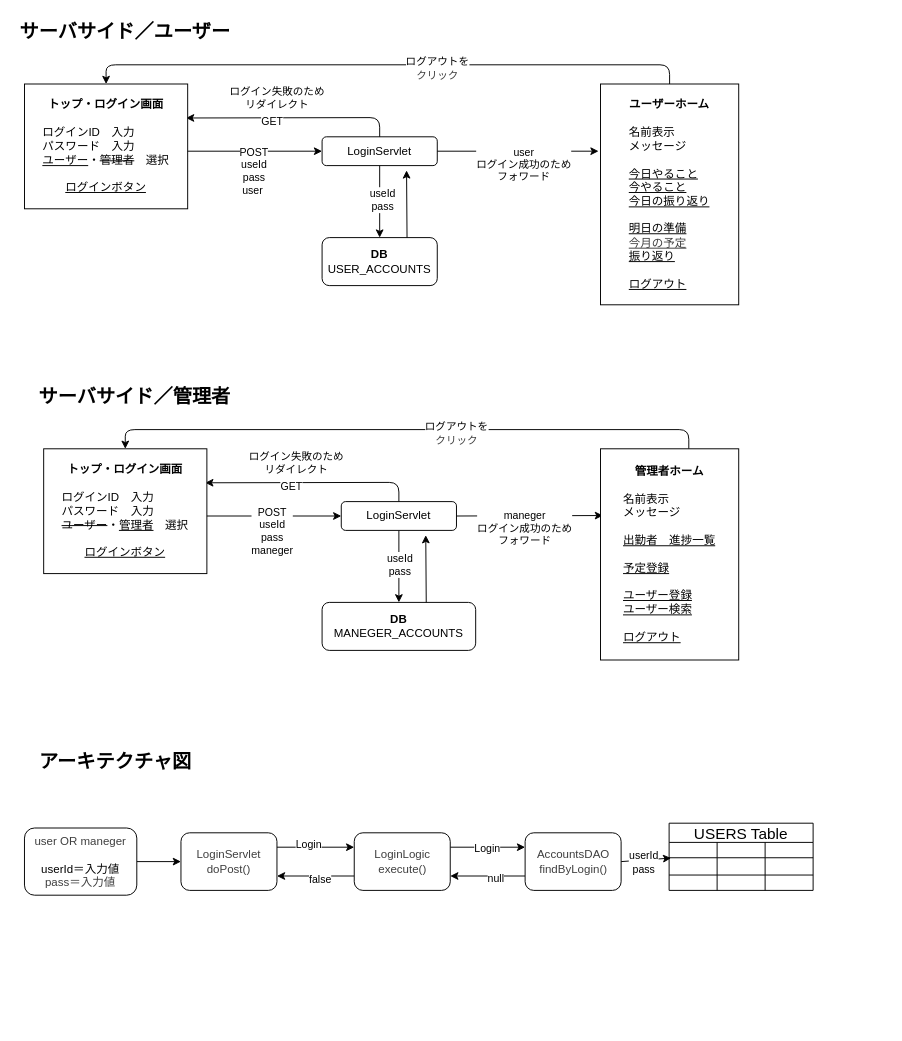
Above: page "ログイン" (4 of 7) of 遷移図/Whole.drawio in ooese/FocusStep (draw.io), before the change. Source tidied: cells renumbered, new cells numbered last; positions are measured from the earlier drawing's top-left corner, leaving out a move shared by most shapes. Both pictures are drawn from the tidied source at 96%, with x=0, y=0 at pixel (16, 16).
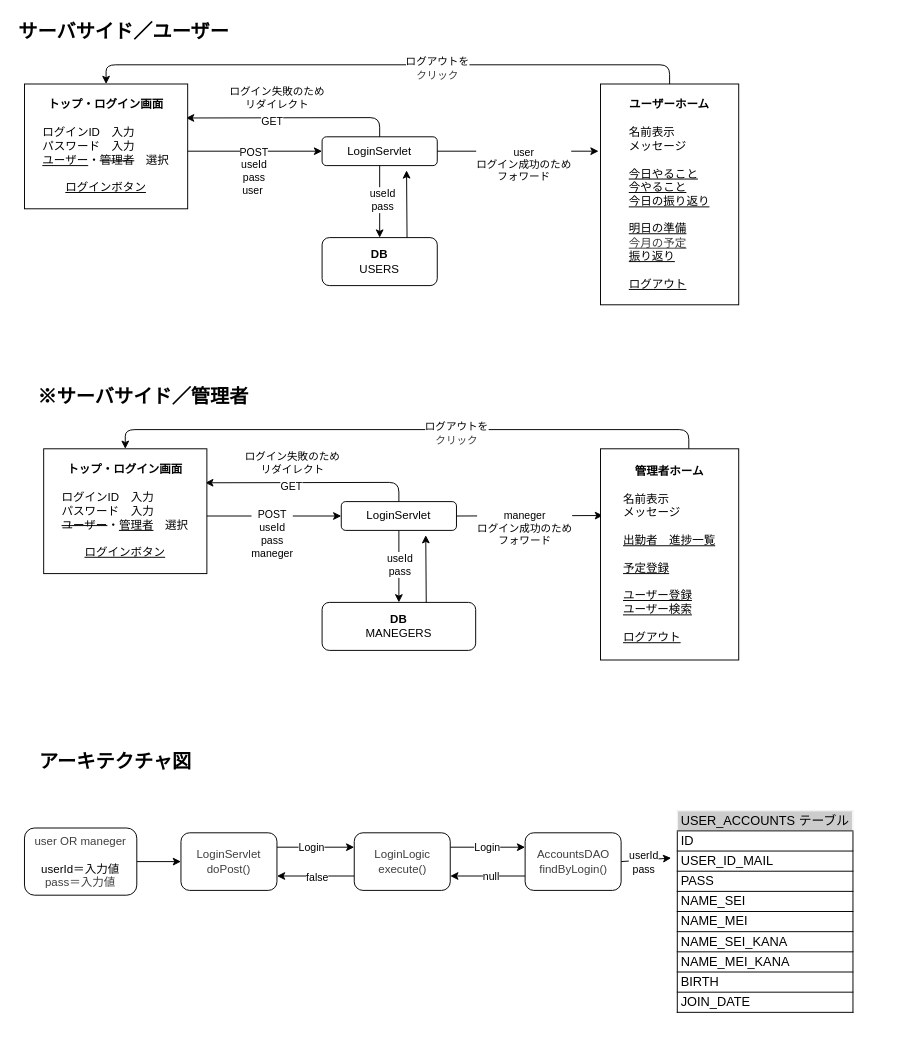
After the change.

Unchanged cells that the change refers to:
```xml
<mxCell id="18" style="edgeStyle=none;html=1;exitX=1;exitY=0.25;exitDx=0;exitDy=0;entryX=0;entryY=0.25;entryDx=0;entryDy=0;" parent="1" edge="1" source="20" target="29">
  <mxGeometry relative="1" as="geometry" />
</mxCell>
<mxCell id="25" style="edgeStyle=none;html=1;exitX=0;exitY=0.75;exitDx=0;exitDy=0;entryX=1;entryY=0.75;entryDx=0;entryDy=0;" parent="1" edge="1" source="29" target="20">
  <mxGeometry relative="1" as="geometry" />
</mxCell>
<mxCell id="27" style="edgeStyle=none;html=1;exitX=1;exitY=0.25;exitDx=0;exitDy=0;entryX=0;entryY=0.25;entryDx=0;entryDy=0;" parent="1" edge="1" source="29" target="34">
  <mxGeometry relative="1" as="geometry" />
</mxCell>
<mxCell id="30" style="edgeStyle=none;html=1;exitX=0;exitY=0.75;exitDx=0;exitDy=0;entryX=1;entryY=0.75;entryDx=0;entryDy=0;" parent="1" edge="1" source="34" target="29">
  <mxGeometry relative="1" as="geometry" />
</mxCell>
<mxCell id="34" value="&lt;div style=&quot;color: rgb(63, 63, 63); scrollbar-color: rgb(226, 226, 226) rgb(251, 251, 251);&quot;&gt;AccountsDAO&lt;/div&gt;&lt;div style=&quot;color: rgb(63, 63, 63); scrollbar-color: rgb(226, 226, 226) rgb(251, 251, 251);&quot;&gt;findByLogin()&lt;/div&gt;" style="rounded=1;whiteSpace=wrap;html=1;" parent="1" vertex="1">
  <mxGeometry x="529.5" y="850" width="100" height="60" as="geometry" />
</mxCell>
<mxCell id="54" style="endArrow=classic;html=1;exitX=1;exitY=0.5;exitDx=0;exitDy=0;entryX=0;entryY=0.5;entryDx=0;entryDy=0;" parent="1" edge="1" target="51">
  <mxGeometry relative="1" as="geometry">
    <mxPoint x="195.5" y="520" as="sourcePoint" />
  </mxGeometry>
</mxCell>
```

What changed in the source:
```diff
@@
-    <mxCell id="16" value="&lt;b&gt;DB&lt;/b&gt;&lt;div&gt;USER_ACCOUNTS&lt;/div&gt;" style="rounded=1;whiteSpace=wrap;html=1;" parent="1" vertex="1">
+    <mxCell id="16" value="&lt;b&gt;DB&lt;/b&gt;&lt;div&gt;USERS&lt;/div&gt;" style="rounded=1;whiteSpace=wrap;html=1;" parent="1" vertex="1">
       <mxGeometry x="318" y="230" width="120" height="50" as="geometry" />
     </mxCell>
@@
     <mxCell id="19" value="Login" style="edgeLabel;html=1;align=center;verticalAlign=middle;" parent="18" vertex="1">
       <mxGeometry x="-0.17" y="4" relative="1" as="geometry">
-        <mxPoint x="-1" as="offset" />
+        <mxPoint x="2" y="3" as="offset" />
       </mxGeometry>
     </mxCell>
@@
-    <mxCell id="21" value="サーバサイド／ユーザー" style="text;html=1;align=center;verticalAlign=middle;whiteSpace=wrap;rounded=0;fontSize=20;fontStyle=1;" parent="1" vertex="1">
+    <mxCell id="21" value="サーバサイド／ユーザー" style="text;html=1;align=left;verticalAlign=middle;whiteSpace=wrap;rounded=0;fontSize=20;fontStyle=1;" parent="1" vertex="1">
       <mxGeometry width="226" height="30" as="geometry" />
     </mxCell>
@@
     <mxCell id="26" value="false" style="edgeLabel;html=1;align=center;verticalAlign=middle;" parent="25" vertex="1">
-      <mxGeometry x="-0.11" y="3" relative="1" as="geometry" />
+      <mxGeometry x="-0.11" y="3" relative="1" as="geometry">
+        <mxPoint x="-3" y="-2" as="offset" />
+      </mxGeometry>
     </mxCell>
@@
     <mxCell id="28" value="Login" style="edgeLabel;html=1;align=center;verticalAlign=middle;" parent="27" vertex="1">
-      <mxGeometry x="-0.02" y="-1" relative="1" as="geometry" />
+      <mxGeometry x="-0.02" y="-1" relative="1" as="geometry">
+        <mxPoint y="-2" as="offset" />
+      </mxGeometry>
     </mxCell>
@@
     <mxCell id="31" value="null" style="edgeLabel;html=1;align=center;verticalAlign=middle;" parent="30" vertex="1">
       <mxGeometry x="-0.22" y="2" relative="1" as="geometry">
-        <mxPoint x="-1" as="offset" />
+        <mxPoint x="-6" y="-2" as="offset" />
       </mxGeometry>
     </mxCell>
-    <mxCell id="32" style="edgeStyle=none;html=1;exitX=1;exitY=0.5;exitDx=0;exitDy=0;entryX=0.014;entryY=0.017;entryDx=0;entryDy=0;entryPerimeter=0;" parent="1" edge="1" source="34" target="40">
-      <mxGeometry relative="1" as="geometry" />
+    <mxCell id="32" style="edgeStyle=none;html=1;exitX=1;exitY=0.5;exitDx=0;exitDy=0;entryX=0.014;entryY=0.017;entryDx=0;entryDy=0;entryPerimeter=0;" parent="1" edge="1" source="34">
+      <mxGeometry relative="1" as="geometry">
+        <mxPoint x="681.6" y="876.3" as="targetPoint" />
+      </mxGeometry>
     </mxCell>
@@
-    <mxCell id="35" value="USERS Table" style="shape=table;startSize=20;childLayout=tableLayout;strokeColor=default;fontSize=16;" parent="1" vertex="1">
-      <mxGeometry x="679.5" y="840" width="150" height="70" as="geometry" />
-    </mxCell>
-    <mxCell id="36" style="shape=tableRow;horizontal=0;startSize=0;swimlaneHead=0;swimlaneBody=0;strokeColor=inherit;top=0;left=0;bottom=0;right=0;fillColor=none;fontSize=16;" parent="35" vertex="1">
-      <mxGeometry y="20" width="150" height="16" as="geometry" />
-    </mxCell>
-    <mxCell id="37" style="shape=partialRectangle;html=1;whiteSpace=wrap;strokeColor=inherit;overflow=hidden;fillColor=none;top=0;left=0;bottom=0;right=0;fontSize=16;" parent="36" vertex="1">
-      <mxGeometry width="50" height="16" as="geometry" />
-    </mxCell>
-    <mxCell id="38" style="shape=partialRectangle;html=1;whiteSpace=wrap;strokeColor=inherit;overflow=hidden;fillColor=none;top=0;left=0;bottom=0;right=0;fontSize=16;" parent="36" vertex="1">
-      <mxGeometry x="50" width="50" height="16" as="geometry" />
-    </mxCell>
-    <mxCell id="39" style="shape=partialRectangle;html=1;whiteSpace=wrap;strokeColor=inherit;overflow=hidden;fillColor=none;top=0;left=0;bottom=0;right=0;fontSize=16;" parent="36" vertex="1">
-      <mxGeometry x="100" width="50" height="16" as="geometry" />
-    </mxCell>
-    <mxCell id="40" style="shape=tableRow;horizontal=0;startSize=0;swimlaneHead=0;swimlaneBody=0;strokeColor=inherit;top=0;left=0;bottom=0;right=0;fillColor=none;points=[[0,0.5],[1,0.5]];portConstraint=eastwest;fontSize=16;" parent="35" vertex="1">
-      <mxGeometry y="36" width="150" height="18" as="geometry" />
-    </mxCell>
-    <mxCell id="41" style="shape=partialRectangle;html=1;whiteSpace=wrap;strokeColor=inherit;overflow=hidden;fillColor=none;top=0;left=0;bottom=0;right=0;fontSize=16;" parent="40" vertex="1">
-      <mxGeometry width="50" height="18" as="geometry" />
-    </mxCell>
-    <mxCell id="42" style="shape=partialRectangle;html=1;whiteSpace=wrap;strokeColor=inherit;overflow=hidden;fillColor=none;top=0;left=0;bottom=0;right=0;fontSize=16;" parent="40" vertex="1">
-      <mxGeometry x="50" width="50" height="18" as="geometry" />
-    </mxCell>
-    <mxCell id="43" style="shape=partialRectangle;html=1;whiteSpace=wrap;strokeColor=inherit;overflow=hidden;fillColor=none;top=0;left=0;bottom=0;right=0;fontSize=16;" parent="40" vertex="1">
-      <mxGeometry x="100" width="50" height="18" as="geometry" />
-    </mxCell>
-    <mxCell id="44" style="shape=tableRow;horizontal=0;startSize=0;swimlaneHead=0;swimlaneBody=0;strokeColor=inherit;top=0;left=0;bottom=0;right=0;fillColor=none;fontSize=16;" parent="35" vertex="1">
-      <mxGeometry y="54" width="150" height="16" as="geometry" />
-    </mxCell>
-    <mxCell id="45" style="shape=partialRectangle;html=1;whiteSpace=wrap;strokeColor=inherit;overflow=hidden;fillColor=none;top=0;left=0;bottom=0;right=0;fontSize=16;" parent="44" vertex="1">
-      <mxGeometry width="50" height="16" as="geometry" />
-    </mxCell>
-    <mxCell id="46" style="shape=partialRectangle;html=1;whiteSpace=wrap;strokeColor=inherit;overflow=hidden;fillColor=none;top=0;left=0;bottom=0;right=0;fontSize=16;" parent="44" vertex="1">
-      <mxGeometry x="50" width="50" height="16" as="geometry" />
-    </mxCell>
-    <mxCell id="47" style="shape=partialRectangle;html=1;whiteSpace=wrap;strokeColor=inherit;overflow=hidden;fillColor=none;top=0;left=0;bottom=0;right=0;fontSize=16;" parent="44" vertex="1">
-      <mxGeometry x="100" width="50" height="16" as="geometry" />
-    </mxCell>
@@
     <mxCell id="55" value="POST&lt;div&gt;useId&lt;/div&gt;&lt;div&gt;pass&lt;/div&gt;&lt;div&gt;maneger&lt;/div&gt;" style="edgeLabel;html=1;align=center;verticalAlign=middle;" parent="54" vertex="1">
       <mxGeometry relative="1" as="geometry">
-        <mxPoint x="-1" y="15" as="offset" />
+        <mxPoint x="-1" y="18" as="offset" />
       </mxGeometry>
     </mxCell>
@@
     <mxCell id="59" value="ログイン失敗のため&lt;div&gt;リダイレクト&lt;/div&gt;" style="edgeLabel;html=1;align=center;verticalAlign=middle;" parent="1" vertex="1">
-      <mxGeometry x="398" y="515" as="geometry">
+      <mxGeometry x="394" y="515" as="geometry">
         <mxPoint x="-108" y="-51" as="offset" />
       </mxGeometry>
     </mxCell>
@@
-    <mxCell id="62" value="&lt;div&gt;&lt;font&gt;&lt;b&gt;DB&lt;/b&gt;&lt;/font&gt;&lt;/div&gt;&lt;div&gt;&lt;font&gt;MANEGER_ACCOUNTS&lt;/font&gt;&lt;/div&gt;" style="rounded=1;whiteSpace=wrap;html=1;" parent="1" vertex="1">
+    <mxCell id="62" value="&lt;div&gt;&lt;font&gt;&lt;b&gt;DB&lt;/b&gt;&lt;/font&gt;&lt;/div&gt;&lt;div&gt;&lt;font&gt;MANEGERS&lt;/font&gt;&lt;/div&gt;" style="rounded=1;whiteSpace=wrap;html=1;" parent="1" vertex="1">
       <mxGeometry x="318" y="610" width="160" height="50" as="geometry" />
     </mxCell>
@@
-    <mxCell id="64" value="サーバサイド／管理者" style="text;html=1;align=center;verticalAlign=middle;whiteSpace=wrap;rounded=0;fontSize=20;fontStyle=1;" parent="1" vertex="1">
-      <mxGeometry x="20" y="380" width="206" height="30" as="geometry" />
+    <mxCell id="64" value="※サーバサイド／管理者" style="text;html=1;align=left;verticalAlign=middle;whiteSpace=wrap;rounded=0;fontSize=20;fontStyle=1;" parent="1" vertex="1">
+      <mxGeometry x="20" y="380" width="236" height="30" as="geometry" />
     </mxCell>
+    <mxCell id="65" value="&lt;table xmlns=&quot;http://www.w3.org/1999/xhtml&quot; cellspacing=&quot;0&quot; cellpadding=&quot;0&quot; dir=&quot;ltr&quot; border=&quot;1&quot; style=&quot;table-layout:fixed;font-size:10pt;font-family:Arial;width:0px;border-collapse:collapse;border:none&quot;&gt;&lt;colgroup&gt;&lt;col width=&quot;183&quot;&gt;&lt;/colgroup&gt;&lt;tbody&gt;&lt;tr style=&quot;height:21px;&quot;&gt;&lt;td style=&quot;border-bottom:1px solid #000000;overflow:hidden;padding:2px 3px 2px 3px;vertical-align:bottom;background-color:#cccccc;&quot;&gt;USER_ACCOUNTS テーブル&lt;/td&gt;&lt;/tr&gt;&lt;tr style=&quot;height:21px;&quot;&gt;&lt;td style=&quot;border-right:1px solid #000000;border-bottom:1px solid #000000;border-left:1px solid #000000;overflow:hidden;padding:2px 3px 2px 3px;vertical-align:bottom;&quot;&gt;ID&lt;/td&gt;&lt;/tr&gt;&lt;tr style=&quot;height:21px;&quot;&gt;&lt;td style=&quot;border-right:1px solid #000000;border-bottom:1px solid #000000;border-left:1px solid #000000;overflow:hidden;padding:2px 3px 2px 3px;vertical-align:bottom;&quot;&gt;USER_ID_MAIL&lt;/td&gt;&lt;/tr&gt;&lt;tr style=&quot;height:21px;&quot;&gt;&lt;td style=&quot;border-right:1px solid #000000;border-bottom:1px solid #000000;border-left:1px solid #000000;overflow:hidden;padding:2px 3px 2px 3px;vertical-align:bottom;&quot;&gt;PASS&lt;/td&gt;&lt;/tr&gt;&lt;tr style=&quot;height:21px;&quot;&gt;&lt;td style=&quot;border-right:1px solid #000000;border-bottom:1px solid #000000;border-left:1px solid #000000;overflow:hidden;padding:2px 3px 2px 3px;vertical-align:bottom;&quot;&gt;NAME_SEI&lt;/td&gt;&lt;/tr&gt;&lt;tr style=&quot;height:21px;&quot;&gt;&lt;td style=&quot;border-right:1px solid #000000;border-bottom:1px solid #000000;border-left:1px solid #000000;overflow:hidden;padding:2px 3px 2px 3px;vertical-align:bottom;&quot;&gt;NAME_MEI&lt;/td&gt;&lt;/tr&gt;&lt;tr style=&quot;height:21px;&quot;&gt;&lt;td style=&quot;border-right:1px solid #000000;border-bottom:1px solid #000000;border-left:1px solid #000000;overflow:hidden;padding:2px 3px 2px 3px;vertical-align:bottom;&quot;&gt;NAME_SEI_KANA&lt;/td&gt;&lt;/tr&gt;&lt;tr style=&quot;height:21px;&quot;&gt;&lt;td style=&quot;border-right:1px solid #000000;border-bottom:1px solid #000000;border-left:1px solid #000000;overflow:hidden;padding:2px 3px 2px 3px;vertical-align:bottom;&quot;&gt;NAME_MEI_KANA&lt;/td&gt;&lt;/tr&gt;&lt;tr style=&quot;height:21px;&quot;&gt;&lt;td style=&quot;border-right:1px solid #000000;border-bottom:1px solid #000000;border-left:1px solid #000000;overflow:hidden;padding:2px 3px 2px 3px;vertical-align:bottom;&quot;&gt;BIRTH&lt;/td&gt;&lt;/tr&gt;&lt;tr style=&quot;height:21px;&quot;&gt;&lt;td style=&quot;border-right:1px solid #000000;border-bottom:1px solid #000000;border-left:1px solid #000000;overflow:hidden;padding:2px 3px 2px 3px;vertical-align:bottom;&quot;&gt;JOIN_DATE&lt;/td&gt;&lt;/tr&gt;&lt;/tbody&gt;&lt;/table&gt;" style="text;whiteSpace=wrap;html=1;" parent="1" vertex="1">
+      <mxGeometry x="686" y="820" width="220" height="230" as="geometry" />
+    </mxCell>
```
